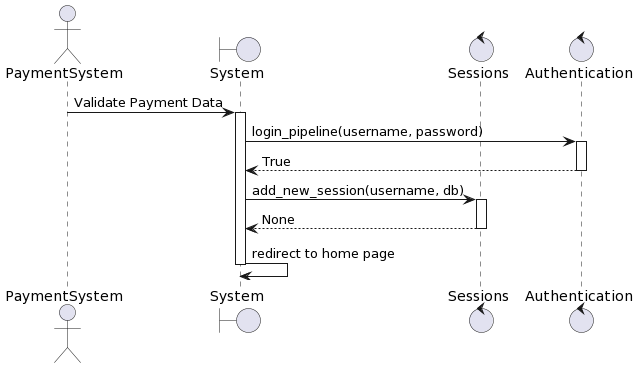
This is docs/diagrams/sequences/validate_payment.png from Mlliot/onlineStoreTemplate, a PlantUML export, as it was before one commit. Source of this version:
```plantuml
@startuml
actor  PaymentSystem
boundary "System" as system
control "Sessions" as sessions
control "Authentication" as auth
PaymentSystem -> system: Validate Payment Data
activate system
system -> auth: login_pipeline(username, password)
activate auth
auth --> system: True
deactivate auth
system -> sessions: add_new_session(username, db)
activate sessions
sessions --> system: None
deactivate sessions
system -> system: redirect to home page
deactivate system
@enduml
```
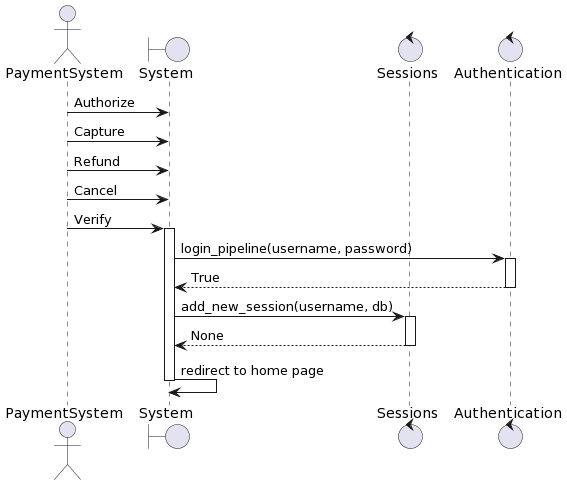
Above is the later version.

The edit, as a diff of the source:
```diff
@@ -3,7 +3,11 @@
 boundary "System" as system
 control "Sessions" as sessions
 control "Authentication" as auth
-PaymentSystem -> system: Validate Payment Data
+PaymentSystem -> system: Authorize
+PaymentSystem -> system: Capture
+PaymentSystem -> system: Refund
+PaymentSystem -> system: Cancel
+PaymentSystem -> system: Verify
 activate system
 system -> auth: login_pipeline(username, password)
 activate auth
```
